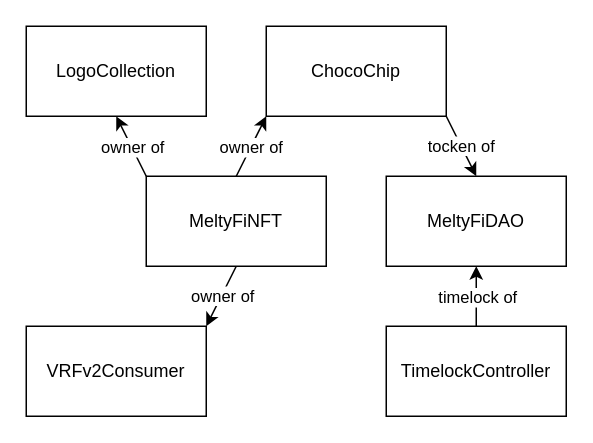
This is report/diagrams/Protocol_blueprint.drawio from VincenzoImp/meltyfi, a draw.io file, before an edit. Source tidied: cells renumbered, new cells numbered last; positions are measured from the earlier drawing's top-left corner, leaving out a move shared by most shapes. Both pictures are drawn from the tidied source at 150%, with x=0, y=0 at pixel (26, 26).
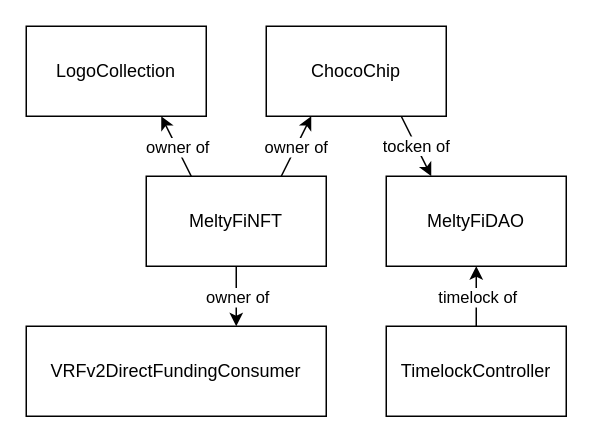
The same page after the edit.

Diff of the diagram source:
```diff
@@
 <mxGraphModel>
   <root>
     <mxCell id="0" />
     <mxCell id="1" parent="0" />
     <mxCell id="2" value="MeltyFiNFT" style="rounded=0;whiteSpace=wrap;html=1;fillColor=none;" parent="1" vertex="1">
       <mxGeometry x="80" y="100" width="120" height="60" as="geometry" />
     </mxCell>
     <mxCell id="3" value="ChocoChip" style="rounded=0;whiteSpace=wrap;html=1;fillColor=none;" parent="1" vertex="1">
       <mxGeometry x="160" width="120" height="60" as="geometry" />
     </mxCell>
     <mxCell id="4" value="LogoCollection" style="rounded=0;whiteSpace=wrap;html=1;fillColor=none;" parent="1" vertex="1">
       <mxGeometry width="120" height="60" as="geometry" />
     </mxCell>
     <mxCell id="5" value="TimelockController" style="rounded=0;whiteSpace=wrap;html=1;fillColor=none;" parent="1" vertex="1">
       <mxGeometry x="240" y="200" width="120" height="60" as="geometry" />
     </mxCell>
-    <mxCell id="6" value="VRFv2Consumer" style="rounded=0;whiteSpace=wrap;html=1;fillColor=none;" parent="1" vertex="1">
-      <mxGeometry y="200" width="120" height="60" as="geometry" />
+    <mxCell id="6" value="VRFv2DirectFundingConsumer" style="rounded=0;whiteSpace=wrap;html=1;fillColor=none;" parent="1" vertex="1">
+      <mxGeometry y="200" width="200" height="60" as="geometry" />
     </mxCell>
     <mxCell id="7" value="MeltyFiDAO" style="rounded=0;whiteSpace=wrap;html=1;fillColor=none;" parent="1" vertex="1">
       <mxGeometry x="240" y="100" width="120" height="60" as="geometry" />
     </mxCell>
-    <mxCell id="8" style="endArrow=classic;html=1;rounded=0;exitX=0;exitY=0;exitDx=0;exitDy=0;entryX=0.5;entryY=1;entryDx=0;entryDy=0;" parent="1" edge="1" source="2" target="4">
+    <mxCell id="8" style="endArrow=classic;html=1;rounded=0;exitX=0.25;exitY=0;exitDx=0;exitDy=0;entryX=0.75;entryY=1;entryDx=0;entryDy=0;" parent="1" edge="1" source="2" target="4">
       <mxGeometry relative="1" as="geometry" />
     </mxCell>
     <mxCell id="9" value="owner of" style="edgeLabel;html=1;align=center;verticalAlign=middle;fillColor=none;" parent="8" vertex="1">
       <mxGeometry relative="1" as="geometry" />
     </mxCell>
-    <mxCell id="10" style="endArrow=classic;html=1;rounded=0;exitX=0.5;exitY=1;exitDx=0;exitDy=0;entryX=1;entryY=0;entryDx=0;entryDy=0;" parent="1" edge="1" source="2" target="6">
-      <mxGeometry relative="1" as="geometry" />
+    <mxCell id="10" style="endArrow=classic;html=1;rounded=0;exitX=0.5;exitY=1;exitDx=0;exitDy=0;" parent="1" edge="1" source="2">
+      <mxGeometry relative="1" as="geometry">
+        <mxPoint x="140" y="200" as="targetPoint" />
+      </mxGeometry>
     </mxCell>
     <mxCell id="11" value="owner of" style="edgeLabel;html=1;align=center;verticalAlign=middle;fillColor=none;" parent="10" vertex="1">
       <mxGeometry relative="1" as="geometry" />
     </mxCell>
-    <mxCell id="12" style="endArrow=classic;html=1;rounded=0;exitX=0.5;exitY=0;exitDx=0;exitDy=0;entryX=0;entryY=1;entryDx=0;entryDy=0;" parent="1" edge="1" source="2" target="3">
+    <mxCell id="12" style="endArrow=classic;html=1;rounded=0;exitX=0.75;exitY=0;exitDx=0;exitDy=0;entryX=0.25;entryY=1;entryDx=0;entryDy=0;" parent="1" edge="1" source="2" target="3">
       <mxGeometry relative="1" as="geometry" />
     </mxCell>
     <mxCell id="13" value="owner of" style="edgeLabel;html=1;align=center;verticalAlign=middle;fillColor=none;" parent="12" vertex="1">
       <mxGeometry relative="1" as="geometry" />
     </mxCell>
-    <mxCell id="14" style="endArrow=classic;html=1;rounded=0;exitX=1;exitY=1;exitDx=0;exitDy=0;entryX=0.5;entryY=0;entryDx=0;entryDy=0;" parent="1" edge="1" source="3" target="7">
+    <mxCell id="14" style="endArrow=classic;html=1;rounded=0;exitX=0.75;exitY=1;exitDx=0;exitDy=0;entryX=0.25;entryY=0;entryDx=0;entryDy=0;" parent="1" edge="1" source="3" target="7">
       <mxGeometry relative="1" as="geometry" />
     </mxCell>
     <mxCell id="15" value="tocken of" style="edgeLabel;html=1;align=center;verticalAlign=middle;fillColor=none;" parent="14" vertex="1">
       <mxGeometry relative="1" as="geometry" />
     </mxCell>
     <mxCell id="16" style="endArrow=classic;html=1;rounded=0;exitX=0.5;exitY=0;exitDx=0;exitDy=0;entryX=0.5;entryY=1;entryDx=0;entryDy=0;" parent="1" edge="1" source="5" target="7">
       <mxGeometry relative="1" as="geometry" />
     </mxCell>
     <mxCell id="17" value="timelock of" style="edgeLabel;html=1;align=center;verticalAlign=middle;fillColor=none;" parent="16" vertex="1">
       <mxGeometry relative="1" as="geometry" />
     </mxCell>
   </root>
 </mxGraphModel>
```
